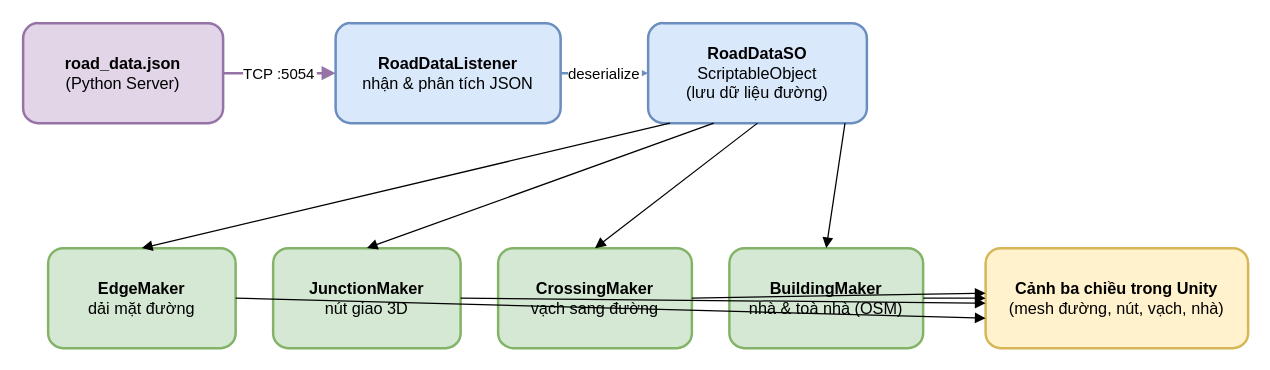
MinhHoang137/SUMO-GR1 keeps this draw.io diagram as DiagramsCode/pipeline-dung-ban-do.drawio. Above is the earlier version. Source tidied: cells renumbered, new cells numbered last; positions are measured from the earlier drawing's top-left corner, leaving out a move shared by most shapes. Both pictures are drawn from the tidied source at 125%, with x=0, y=0 at pixel (22, 22).
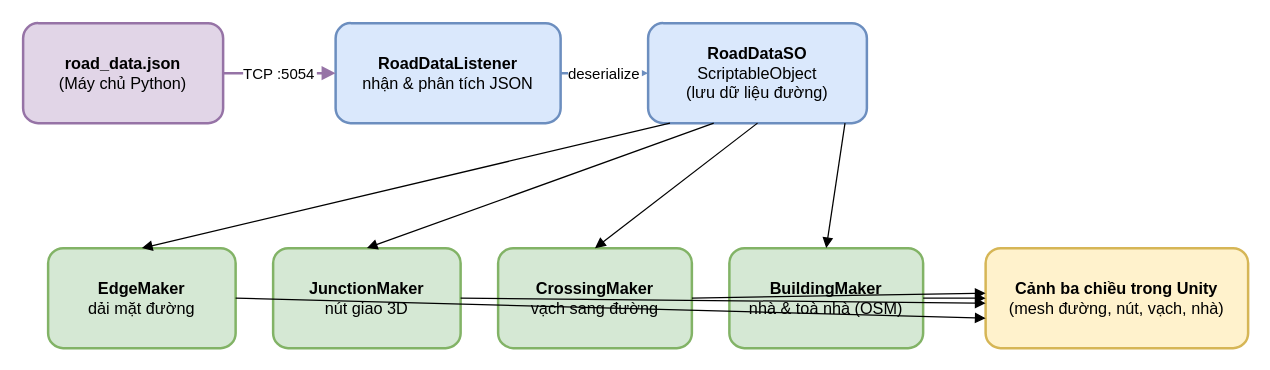
The same page after the edit.

Change to the diagram source:
```diff
@@
 <mxGraphModel>
   <root>
     <mxCell id="0" />
     <mxCell id="1" parent="0" />
-    <mxCell id="2" value="&lt;b&gt;road_data.json&lt;/b&gt;&#10;(Python Server)" style="rounded=1;whiteSpace=wrap;html=1;fillColor=#e1d5e7;strokeColor=#9673a6;strokeWidth=2;fontSize=13;verticalAlign=middle;" parent="1" vertex="1">
+    <mxCell id="2" value="&lt;b&gt;road_data.json&lt;/b&gt;&#10;(Máy chủ Python)" style="rounded=1;whiteSpace=wrap;html=1;fillColor=#e1d5e7;strokeColor=#9673a6;strokeWidth=2;fontSize=13;verticalAlign=middle;" parent="1" vertex="1">
       <mxGeometry width="160" height="80" as="geometry" />
     </mxCell>
     <mxCell id="3" value="&lt;b&gt;RoadDataListener&lt;/b&gt;&#10;nhận &amp; phân tích JSON" style="rounded=1;whiteSpace=wrap;html=1;fillColor=#dae8fc;strokeColor=#6c8ebf;strokeWidth=2;fontSize=13;verticalAlign=middle;" parent="1" vertex="1">
       <mxGeometry x="250" width="180" height="80" as="geometry" />
     </mxCell>
     <mxCell id="4" value="&lt;b&gt;RoadDataSO&lt;/b&gt;&#10;ScriptableObject&#10;(lưu dữ liệu đường)" style="rounded=1;whiteSpace=wrap;html=1;fillColor=#dae8fc;strokeColor=#6c8ebf;strokeWidth=2;fontSize=13;verticalAlign=middle;" parent="1" vertex="1">
       <mxGeometry x="500" width="175" height="80" as="geometry" />
     </mxCell>
     <mxCell id="5" value="&lt;b&gt;EdgeMaker&lt;/b&gt;&#10;dải mặt đường" style="rounded=1;whiteSpace=wrap;html=1;fillColor=#d5e8d4;strokeColor=#82b366;strokeWidth=2;fontSize=13;verticalAlign=middle;" parent="1" vertex="1">
       <mxGeometry x="20" y="180" width="150" height="80" as="geometry" />
     </mxCell>
     <mxCell id="6" value="&lt;b&gt;JunctionMaker&lt;/b&gt;&#10;nút giao 3D" style="rounded=1;whiteSpace=wrap;html=1;fillColor=#d5e8d4;strokeColor=#82b366;strokeWidth=2;fontSize=13;verticalAlign=middle;" parent="1" vertex="1">
       <mxGeometry x="200" y="180" width="150" height="80" as="geometry" />
     </mxCell>
     <mxCell id="7" value="&lt;b&gt;CrossingMaker&lt;/b&gt;&#10;vạch sang đường" style="rounded=1;whiteSpace=wrap;html=1;fillColor=#d5e8d4;strokeColor=#82b366;strokeWidth=2;fontSize=13;verticalAlign=middle;" parent="1" vertex="1">
       <mxGeometry x="380" y="180" width="155" height="80" as="geometry" />
     </mxCell>
     <mxCell id="8" value="&lt;b&gt;BuildingMaker&lt;/b&gt;&#10;nhà &amp; toà nhà (OSM)" style="rounded=1;whiteSpace=wrap;html=1;fillColor=#d5e8d4;strokeColor=#82b366;strokeWidth=2;fontSize=13;verticalAlign=middle;" parent="1" vertex="1">
       <mxGeometry x="565" y="180" width="155" height="80" as="geometry" />
     </mxCell>
     <mxCell id="9" value="&lt;b&gt;Cảnh ba chiều trong Unity&lt;/b&gt;&#10;(mesh đường, nút, vạch, nhà)" style="rounded=1;whiteSpace=wrap;html=1;fillColor=#fff2cc;strokeColor=#d6b656;strokeWidth=2;fontSize=13;verticalAlign=middle;" parent="1" vertex="1">
       <mxGeometry x="770" y="180" width="210" height="80" as="geometry" />
     </mxCell>
     <mxCell id="10" value="TCP :5054" style="endArrow=block;endFill=1;fontSize=12;strokeColor=#9673a6;strokeWidth=2;" parent="1" edge="1" source="2" target="3">
       <mxGeometry relative="1" as="geometry" />
     </mxCell>
     <mxCell id="11" value="deserialize" style="endArrow=block;endFill=1;fontSize=12;strokeColor=#6c8ebf;strokeWidth=2;" parent="1" edge="1" source="3" target="4">
       <mxGeometry relative="1" as="geometry" />
     </mxCell>
     <mxCell id="12" style="endArrow=block;endFill=1;fontSize=12;exitX=0.1;exitY=1;exitDx=0;exitDy=0;entryX=0.5;entryY=0;entryDx=0;entryDy=0;" parent="1" edge="1" source="4" target="5">
       <mxGeometry relative="1" as="geometry" />
     </mxCell>
     <mxCell id="13" style="endArrow=block;endFill=1;fontSize=12;exitX=0.3;exitY=1;exitDx=0;exitDy=0;entryX=0.5;entryY=0;entryDx=0;entryDy=0;" parent="1" edge="1" source="4" target="6">
       <mxGeometry relative="1" as="geometry" />
     </mxCell>
     <mxCell id="14" style="endArrow=block;endFill=1;fontSize=12;exitX=0.5;exitY=1;exitDx=0;exitDy=0;entryX=0.5;entryY=0;entryDx=0;entryDy=0;" parent="1" edge="1" source="4" target="7">
       <mxGeometry relative="1" as="geometry" />
     </mxCell>
     <mxCell id="15" style="endArrow=block;endFill=1;fontSize=12;exitX=0.9;exitY=1;exitDx=0;exitDy=0;entryX=0.5;entryY=0;entryDx=0;entryDy=0;" parent="1" edge="1" source="4" target="8">
       <mxGeometry relative="1" as="geometry" />
     </mxCell>
     <mxCell id="16" style="endArrow=block;endFill=1;fontSize=12;exitX=1;exitY=0.5;exitDx=0;exitDy=0;entryX=0;entryY=0.7;entryDx=0;entryDy=0;" parent="1" edge="1" source="5" target="9">
       <mxGeometry relative="1" as="geometry" />
     </mxCell>
     <mxCell id="17" style="endArrow=block;endFill=1;fontSize=12;exitX=1;exitY=0.5;exitDx=0;exitDy=0;entryX=0;entryY=0.55;entryDx=0;entryDy=0;" parent="1" edge="1" source="6" target="9">
       <mxGeometry relative="1" as="geometry" />
     </mxCell>
     <mxCell id="18" style="endArrow=block;endFill=1;fontSize=12;exitX=1;exitY=0.5;exitDx=0;exitDy=0;entryX=0;entryY=0.45;entryDx=0;entryDy=0;" parent="1" edge="1" source="7" target="9">
       <mxGeometry relative="1" as="geometry" />
     </mxCell>
     <mxCell id="19" style="endArrow=block;endFill=1;fontSize=12;" parent="1" edge="1" source="8" target="9">
       <mxGeometry relative="1" as="geometry" />
     </mxCell>
   </root>
 </mxGraphModel>
```
